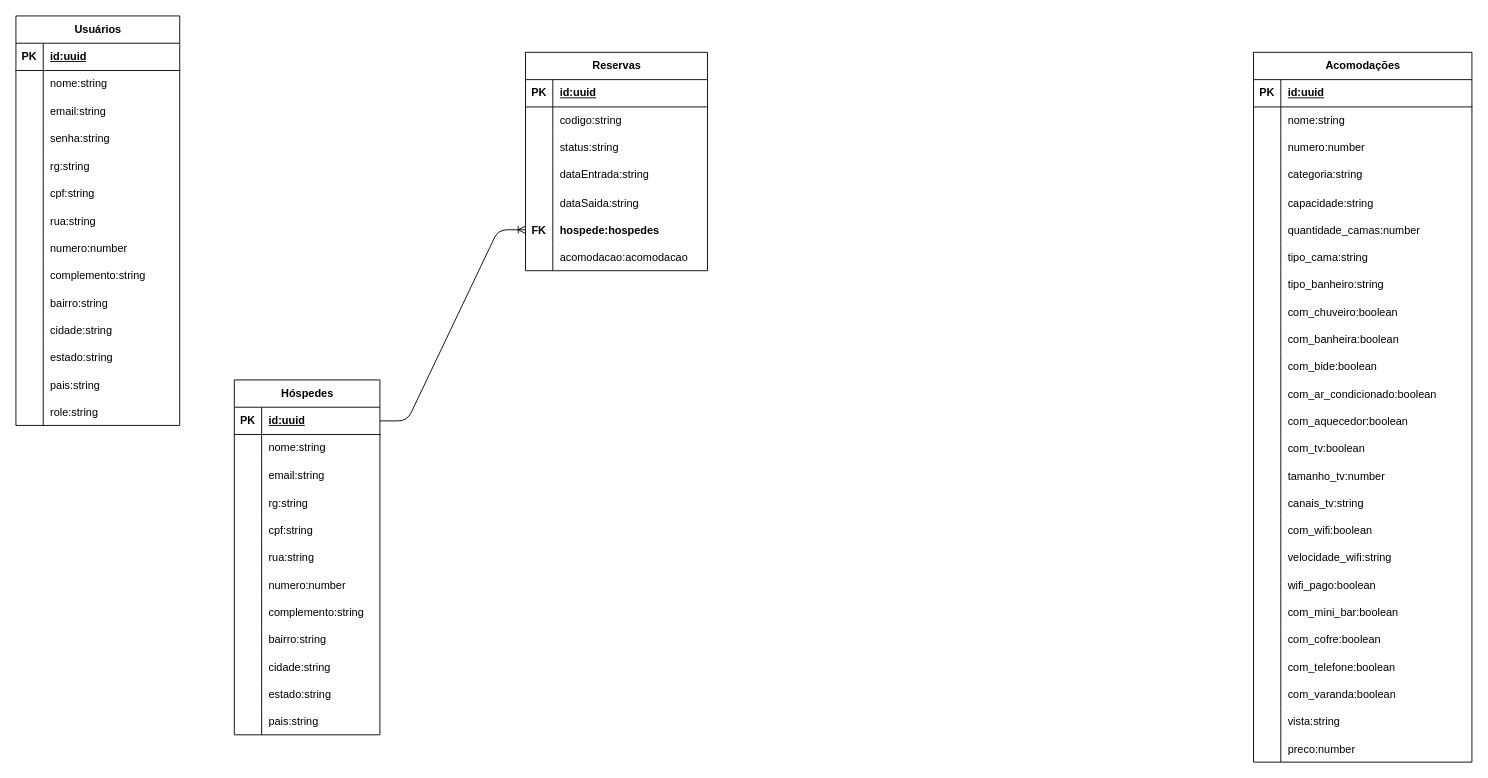
The draw.io diagram page "DER" (4 of 4) of diagram/arquitetura.drawio in Lucas-Salomao/back-pousada-ypua, before the edit. Source tidied: cells renumbered, new cells numbered last; positions are measured from the earlier drawing's top-left corner, leaving out a move shared by most shapes. Both pictures are drawn from the tidied source at 91%, with x=0, y=0 at pixel (15, 15).
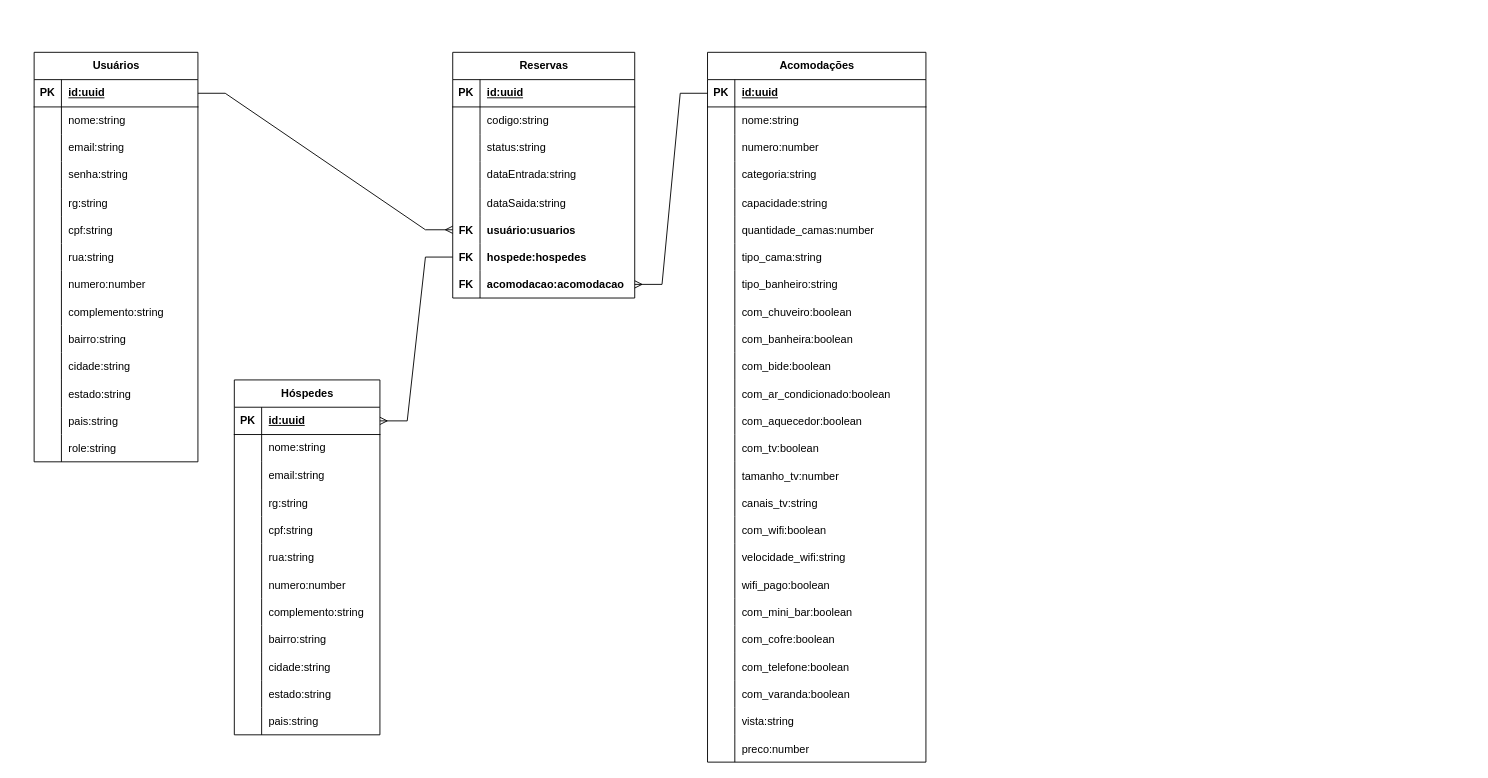
After the change.

The change refers to these unchanged cells:
```xml
<mxCell id="3" style="shape=tableRow;horizontal=0;startSize=0;swimlaneHead=0;swimlaneBody=0;fillColor=none;points=[[0,0.5],[1,0.5]];portConstraint=eastwest;top=0;left=0;right=0;bottom=1;" parent="2" vertex="1">
  <mxGeometry y="30" width="180" height="30" as="geometry" />
</mxCell>
<mxCell id="68" style="shape=tableRow;horizontal=0;startSize=0;swimlaneHead=0;swimlaneBody=0;fillColor=none;points=[[0,0.5],[1,0.5]];portConstraint=eastwest;top=0;left=0;right=0;bottom=1;" parent="67" vertex="1">
  <mxGeometry y="30" width="240" height="30" as="geometry" />
</mxCell>
<mxCell id="144" style="shape=tableRow;horizontal=0;startSize=0;swimlaneHead=0;swimlaneBody=0;fillColor=none;points=[[0,0.5],[1,0.5]];portConstraint=eastwest;top=0;left=0;right=0;bottom=1;" parent="143" vertex="1">
  <mxGeometry y="30" width="160" height="30" as="geometry" />
</mxCell>
```

What changed in the source:
```diff
@@
     <mxCell id="2" value="Usuários" style="shape=table;startSize=30;childLayout=tableLayout;rowLines=0;fontStyle=1;align=center;html=1;" parent="1" vertex="1">
-      <mxGeometry width="180" height="450" as="geometry" />
+      <mxGeometry x="20" y="40" width="180" height="450" as="geometry" />
     </mxCell>
@@
     <mxCell id="45" value="Reservas" style="shape=table;startSize=30;childLayout=tableLayout;rowLines=0;fontStyle=1;align=center;html=1;" parent="1" vertex="1">
-      <mxGeometry x="560" y="40" width="200" height="240" as="geometry" />
+      <mxGeometry x="480" y="40" width="200" height="270" as="geometry" />
     </mxCell>
@@
+    <mxCell id="181" style="shape=tableRow;horizontal=0;startSize=0;swimlaneHead=0;swimlaneBody=0;fillColor=none;points=[[0,0.5],[1,0.5]];portConstraint=eastwest;top=0;left=0;right=0;bottom=0;" parent="45" vertex="1">
+      <mxGeometry y="180" width="200" height="30" as="geometry" />
+    </mxCell>
+    <mxCell id="182" value="FK" style="shape=partialRectangle;fillColor=none;top=0;left=0;bottom=0;right=0;overflow=hidden;fontStyle=1;" parent="181" vertex="1">
+      <mxGeometry width="30" height="30" as="geometry" />
+    </mxCell>
+    <mxCell id="183" value="usuário:usuarios" style="shape=partialRectangle;fillColor=none;top=0;left=0;bottom=0;right=0;align=left;spacingLeft=6;overflow=hidden;fontStyle=1;" parent="181" vertex="1">
+      <mxGeometry x="30" width="170" height="30" as="geometry" />
+    </mxCell>
     <mxCell id="61" style="shape=tableRow;horizontal=0;startSize=0;swimlaneHead=0;swimlaneBody=0;fillColor=none;points=[[0,0.5],[1,0.5]];portConstraint=eastwest;top=0;left=0;right=0;bottom=0;" parent="45" vertex="1">
-      <mxGeometry y="180" width="200" height="30" as="geometry" />
+      <mxGeometry y="210" width="200" height="30" as="geometry" />
     </mxCell>
@@
     <mxCell id="64" style="shape=tableRow;horizontal=0;startSize=0;swimlaneHead=0;swimlaneBody=0;fillColor=none;points=[[0,0.5],[1,0.5]];portConstraint=eastwest;top=0;left=0;right=0;bottom=0;" parent="45" vertex="1">
-      <mxGeometry y="210" width="200" height="30" as="geometry" />
+      <mxGeometry y="240" width="200" height="30" as="geometry" />
     </mxCell>
-    <mxCell id="65" style="shape=partialRectangle;fillColor=none;top=0;left=0;bottom=0;right=0;overflow=hidden;" parent="64" vertex="1">
+    <mxCell id="65" value="FK" style="shape=partialRectangle;fillColor=none;top=0;left=0;bottom=0;right=0;overflow=hidden;fontStyle=1;" parent="64" vertex="1">
       <mxGeometry width="30" height="30" as="geometry" />
     </mxCell>
-    <mxCell id="66" value="acomodacao:acomodacao" style="shape=partialRectangle;fillColor=none;top=0;left=0;bottom=0;right=0;align=left;spacingLeft=6;overflow=hidden;" parent="64" vertex="1">
+    <mxCell id="66" value="acomodacao:acomodacao" style="shape=partialRectangle;fillColor=none;top=0;left=0;bottom=0;right=0;align=left;spacingLeft=6;overflow=hidden;fontStyle=1;" parent="64" vertex="1">
       <mxGeometry x="30" width="170" height="30" as="geometry" />
     </mxCell>
     <mxCell id="67" value="Acomodações" style="shape=table;startSize=30;childLayout=tableLayout;rowLines=0;fontStyle=1;align=center;html=1;" parent="1" vertex="1">
-      <mxGeometry x="1360" y="40" width="240" height="780" as="geometry" />
+      <mxGeometry x="760" y="40" width="240" height="780" as="geometry" />
     </mxCell>
@@
-    <mxCell id="180" style="edgeStyle=entityRelationEdgeStyle;fontSize=12;html=1;endArrow=ERoneToMany;exitX=1;exitY=0.5;exitDx=0;exitDy=0;entryX=0;entryY=0.5;entryDx=0;entryDy=0;" parent="1" edge="1" source="144" target="61">
-      <mxGeometry relative="1" as="geometry" />
-    </mxCell>
+    <mxCell id="184" style="edgeStyle=entityRelationEdgeStyle;fontSize=12;html=1;endArrow=ERmany;rounded=0;exitX=0;exitY=0.5;exitDx=0;exitDy=0;entryX=1;entryY=0.5;entryDx=0;entryDy=0;" parent="1" edge="1" source="61" target="144">
+      <mxGeometry relative="1" as="geometry" />
+    </mxCell>
+    <mxCell id="185" style="edgeStyle=entityRelationEdgeStyle;fontSize=12;html=1;endArrow=ERmany;rounded=0;entryX=1;entryY=0.5;entryDx=0;entryDy=0;" parent="1" edge="1" source="68" target="64">
+      <mxGeometry relative="1" as="geometry" />
+    </mxCell>
+    <mxCell id="186" style="edgeStyle=entityRelationEdgeStyle;fontSize=12;html=1;endArrow=ERmany;rounded=0;entryX=0;entryY=0.5;entryDx=0;entryDy=0;exitX=1;exitY=0.5;exitDx=0;exitDy=0;" parent="1" edge="1" source="3" target="181">
+      <mxGeometry relative="1" as="geometry" />
+    </mxCell>
```
